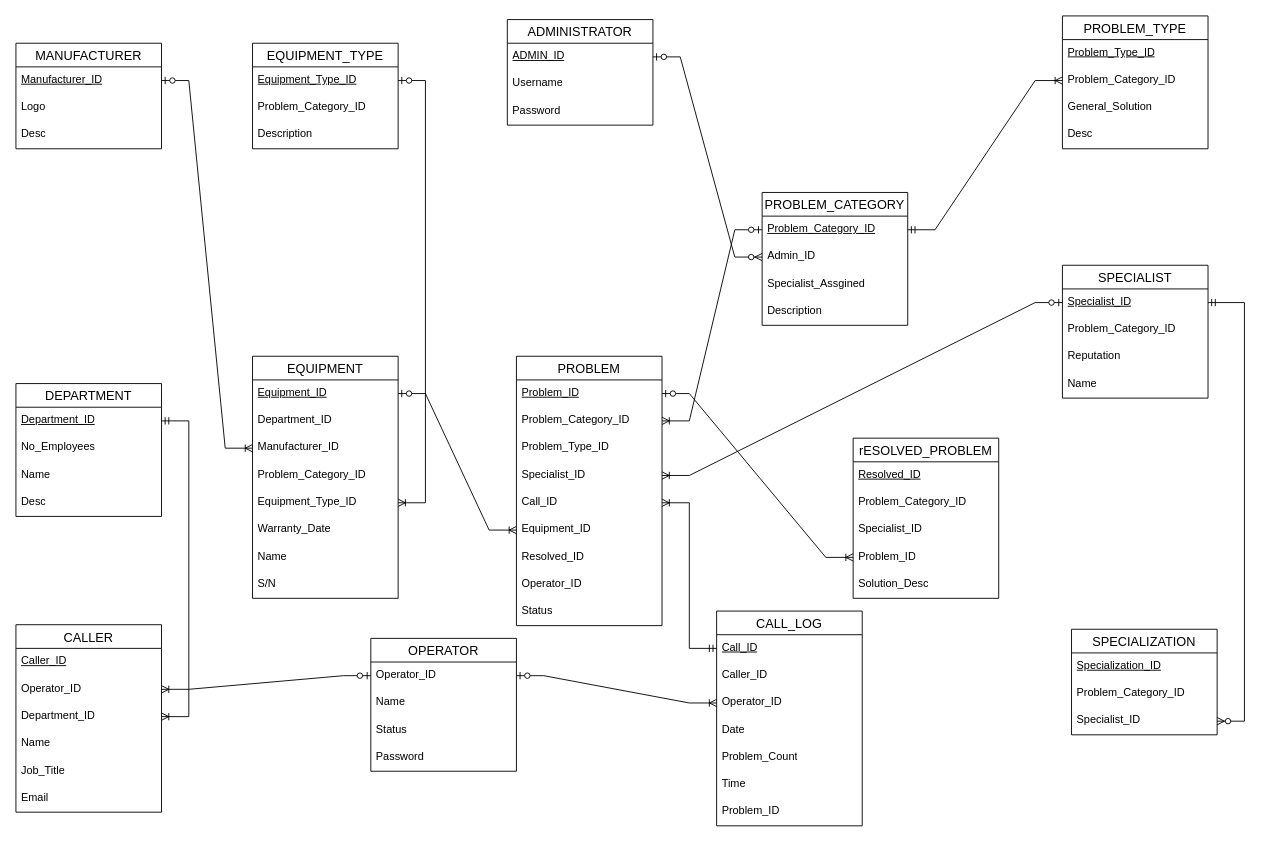
Above: Modelo_Equipamento.drawio in LucasAlface/Diagramas (draw.io), before the change. Source tidied: cells renumbered, new cells numbered last; positions are measured from the earlier drawing's top-left corner, leaving out a move shared by most shapes. Both pictures are drawn from the tidied source at 91%, with x=0, y=0 at pixel (15, 15).
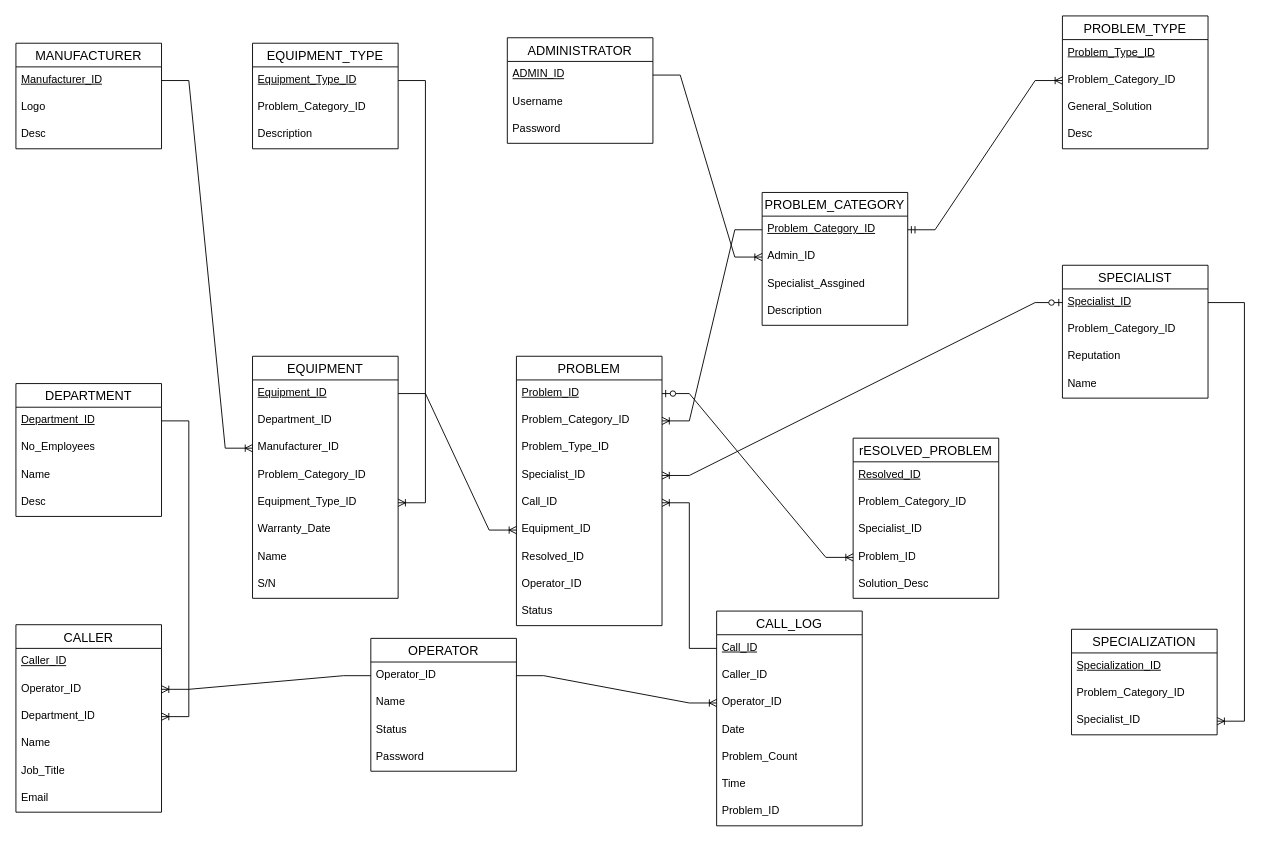
The same page after the edit.

Unchanged cells that the change refers to:
```xml
<mxCell id="3" value="&lt;u&gt;Problem_Category_ID&lt;/u&gt;" style="text;strokeColor=none;fillColor=none;spacingLeft=4;spacingRight=4;overflow=hidden;points=[[0,0.5],[1,0.5]];portConstraint=eastwest;fontSize=12;whiteSpace=wrap;html=1;" parent="2" vertex="1">
  <mxGeometry y="26" width="160" height="30" as="geometry" />
</mxCell>
<mxCell id="4" value="Admin_ID" style="text;strokeColor=none;fillColor=none;spacingLeft=4;spacingRight=4;overflow=hidden;points=[[0,0.5],[1,0.5]];portConstraint=eastwest;fontSize=12;whiteSpace=wrap;html=1;" parent="2" vertex="1">
  <mxGeometry y="56" width="160" height="30" as="geometry" />
</mxCell>
<mxCell id="8" value="&lt;u&gt;Equipment_Type_ID&lt;/u&gt;" style="text;strokeColor=none;fillColor=none;spacingLeft=4;spacingRight=4;overflow=hidden;points=[[0,0.5],[1,0.5]];portConstraint=eastwest;fontSize=12;whiteSpace=wrap;html=1;" parent="7" vertex="1">
  <mxGeometry y="26" width="160" height="30" as="geometry" />
</mxCell>
<mxCell id="12" value="&lt;u&gt;Manufacturer_ID&lt;/u&gt;" style="text;strokeColor=none;fillColor=none;spacingLeft=4;spacingRight=4;overflow=hidden;points=[[0,0.5],[1,0.5]];portConstraint=eastwest;fontSize=12;whiteSpace=wrap;html=1;fontStyle=0;" parent="11" vertex="1">
  <mxGeometry y="26" width="160" height="30" as="geometry" />
</mxCell>
<mxCell id="16" value="&lt;u&gt;ADMIN_ID&lt;/u&gt;" style="text;strokeColor=none;fillColor=none;spacingLeft=4;spacingRight=4;overflow=hidden;points=[[0,0.5],[1,0.5]];portConstraint=eastwest;fontSize=12;whiteSpace=wrap;html=1;" parent="15" vertex="1">
  <mxGeometry y="26" width="160" height="30" as="geometry" />
</mxCell>
<mxCell id="20" value="&lt;u&gt;Department_ID&lt;/u&gt;" style="text;strokeColor=none;fillColor=none;spacingLeft=4;spacingRight=4;overflow=hidden;points=[[0,0.5],[1,0.5]];portConstraint=eastwest;fontSize=12;whiteSpace=wrap;html=1;" parent="19" vertex="1">
  <mxGeometry y="26" width="160" height="30" as="geometry" />
</mxCell>
<mxCell id="26" value="Operator_ID" style="text;strokeColor=none;fillColor=none;spacingLeft=4;spacingRight=4;overflow=hidden;points=[[0,0.5],[1,0.5]];portConstraint=eastwest;fontSize=12;whiteSpace=wrap;html=1;" parent="24" vertex="1">
  <mxGeometry y="56" width="160" height="30" as="geometry" />
</mxCell>
<mxCell id="27" value="Department_ID" style="text;strokeColor=none;fillColor=none;spacingLeft=4;spacingRight=4;overflow=hidden;points=[[0,0.5],[1,0.5]];portConstraint=eastwest;fontSize=12;whiteSpace=wrap;html=1;" parent="24" vertex="1">
  <mxGeometry y="86" width="160" height="30" as="geometry" />
</mxCell>
<mxCell id="32" value="Operator_ID" style="text;strokeColor=none;fillColor=none;spacingLeft=4;spacingRight=4;overflow=hidden;points=[[0,0.5],[1,0.5]];portConstraint=eastwest;fontSize=12;whiteSpace=wrap;html=1;fontStyle=0;" parent="31" vertex="1">
  <mxGeometry y="26" width="160" height="30" as="geometry" />
</mxCell>
<mxCell id="37" value="&lt;u&gt;Call_ID&lt;/u&gt;" style="text;strokeColor=none;fillColor=none;spacingLeft=4;spacingRight=4;overflow=hidden;points=[[0,0.5],[1,0.5]];portConstraint=eastwest;fontSize=12;whiteSpace=wrap;html=1;" parent="36" vertex="1">
  <mxGeometry y="26" width="160" height="30" as="geometry" />
</mxCell>
<mxCell id="39" value="Operator_ID" style="text;strokeColor=none;fillColor=none;spacingLeft=4;spacingRight=4;overflow=hidden;points=[[0,0.5],[1,0.5]];portConstraint=eastwest;fontSize=12;whiteSpace=wrap;html=1;" parent="36" vertex="1">
  <mxGeometry y="86" width="160" height="30" as="geometry" />
</mxCell>
<mxCell id="46" value="Problem_Category_ID" style="text;strokeColor=none;fillColor=none;spacingLeft=4;spacingRight=4;overflow=hidden;points=[[0,0.5],[1,0.5]];portConstraint=eastwest;fontSize=12;whiteSpace=wrap;html=1;" parent="44" vertex="1">
  <mxGeometry y="56" width="160" height="30" as="geometry" />
</mxCell>
<mxCell id="49" value="Call_ID" style="text;strokeColor=none;fillColor=none;spacingLeft=4;spacingRight=4;overflow=hidden;points=[[0,0.5],[1,0.5]];portConstraint=eastwest;fontSize=12;whiteSpace=wrap;html=1;" parent="44" vertex="1">
  <mxGeometry y="146" width="160" height="30" as="geometry" />
</mxCell>
<mxCell id="50" value="Equipment_ID" style="text;strokeColor=none;fillColor=none;spacingLeft=4;spacingRight=4;overflow=hidden;points=[[0,0.5],[1,0.5]];portConstraint=eastwest;fontSize=12;whiteSpace=wrap;html=1;" parent="44" vertex="1">
  <mxGeometry y="176" width="160" height="30" as="geometry" />
</mxCell>
<mxCell id="55" value="Equipment_ID" style="text;strokeColor=none;fillColor=none;spacingLeft=4;spacingRight=4;overflow=hidden;points=[[0,0.5],[1,0.5]];portConstraint=eastwest;fontSize=12;whiteSpace=wrap;html=1;fontStyle=4;" parent="54" vertex="1">
  <mxGeometry y="26" width="160" height="30" as="geometry" />
</mxCell>
<mxCell id="57" value="Manufacturer_ID" style="text;strokeColor=none;fillColor=none;spacingLeft=4;spacingRight=4;overflow=hidden;points=[[0,0.5],[1,0.5]];portConstraint=eastwest;fontSize=12;whiteSpace=wrap;html=1;" parent="54" vertex="1">
  <mxGeometry y="86" width="160" height="30" as="geometry" />
</mxCell>
<mxCell id="59" value="Equipment_Type_ID" style="text;strokeColor=none;fillColor=none;spacingLeft=4;spacingRight=4;overflow=hidden;points=[[0,0.5],[1,0.5]];portConstraint=eastwest;fontSize=12;whiteSpace=wrap;html=1;" parent="54" vertex="1">
  <mxGeometry y="146" width="160" height="30" as="geometry" />
</mxCell>
<mxCell id="69" value="&lt;u&gt;Specialist_ID&lt;/u&gt;" style="text;strokeColor=none;fillColor=none;spacingLeft=4;spacingRight=4;overflow=hidden;points=[[0,0.5],[1,0.5]];portConstraint=eastwest;fontSize=12;whiteSpace=wrap;html=1;" parent="68" vertex="1">
  <mxGeometry y="26" width="160" height="30" as="geometry" />
</mxCell>
<mxCell id="82" value="Specialist_ID" style="text;strokeColor=none;fillColor=none;spacingLeft=4;spacingRight=4;overflow=hidden;points=[[0,0.5],[1,0.5]];portConstraint=eastwest;fontSize=12;whiteSpace=wrap;html=1;" parent="79" vertex="1">
  <mxGeometry y="86" width="160" height="30" as="geometry" />
</mxCell>
```

Diff of the diagram source:
```diff
@@
     <mxCell id="15" value="ADMINISTRATOR" style="swimlane;fontStyle=0;horizontal=1;startSize=26;align=center;fontSize=14;" parent="1" vertex="1">
-      <mxGeometry x="540" y="4" width="160" height="116" as="geometry" />
+      <mxGeometry x="540" y="24" width="160" height="116" as="geometry" />
     </mxCell>
@@
-    <mxCell id="83" style="edgeStyle=entityRelationEdgeStyle;fontSize=12;html=1;endArrow=ERoneToMany;startArrow=ERzeroToOne;rounded=0;" parent="1" edge="1" source="12" target="57">
+    <mxCell id="83" style="edgeStyle=entityRelationEdgeStyle;fontSize=12;html=1;endArrow=ERoneToMany;startArrow=none;rounded=0;startFill=0;" parent="1" edge="1" source="12" target="57">
       <mxGeometry relative="1" as="geometry" />
     </mxCell>
-    <mxCell id="84" style="edgeStyle=entityRelationEdgeStyle;fontSize=12;html=1;endArrow=ERoneToMany;startArrow=ERzeroToOne;rounded=0;" parent="1" edge="1" source="8" target="59">
+    <mxCell id="84" style="edgeStyle=entityRelationEdgeStyle;fontSize=12;html=1;endArrow=ERoneToMany;startArrow=none;rounded=0;startFill=0;" parent="1" edge="1" source="8" target="59">
       <mxGeometry relative="1" as="geometry">
         <Array as="points">
           <mxPoint x="480" y="344" />
         </Array>
       </mxGeometry>
     </mxCell>
-    <mxCell id="85" style="edgeStyle=entityRelationEdgeStyle;fontSize=12;html=1;endArrow=ERoneToMany;startArrow=ERmandOne;rounded=0;" parent="1" edge="1" source="20" target="27">
+    <mxCell id="85" style="edgeStyle=entityRelationEdgeStyle;fontSize=12;html=1;endArrow=ERoneToMany;startArrow=none;rounded=0;startFill=0;" parent="1" edge="1" source="20" target="27">
       <mxGeometry relative="1" as="geometry" />
     </mxCell>
-    <mxCell id="86" style="edgeStyle=entityRelationEdgeStyle;fontSize=12;html=1;endArrow=ERoneToMany;startArrow=ERzeroToOne;rounded=0;" parent="1" edge="1" source="32" target="26">
+    <mxCell id="86" style="edgeStyle=entityRelationEdgeStyle;fontSize=12;html=1;endArrow=ERoneToMany;startArrow=none;rounded=0;startFill=0;" parent="1" edge="1" source="32" target="26">
       <mxGeometry relative="1" as="geometry" />
     </mxCell>
-    <mxCell id="87" style="edgeStyle=entityRelationEdgeStyle;fontSize=12;html=1;endArrow=ERoneToMany;startArrow=ERzeroToOne;rounded=0;" parent="1" edge="1" source="32" target="39">
+    <mxCell id="87" style="edgeStyle=entityRelationEdgeStyle;fontSize=12;html=1;endArrow=ERoneToMany;startArrow=none;rounded=0;startFill=0;" parent="1" edge="1" source="32" target="39">
       <mxGeometry relative="1" as="geometry" />
     </mxCell>
-    <mxCell id="88" style="edgeStyle=entityRelationEdgeStyle;fontSize=12;html=1;endArrow=ERoneToMany;startArrow=ERmandOne;rounded=0;" parent="1" edge="1" source="37" target="49">
+    <mxCell id="88" style="edgeStyle=entityRelationEdgeStyle;fontSize=12;html=1;endArrow=ERoneToMany;startArrow=none;rounded=0;startFill=0;" parent="1" edge="1" source="37" target="49">
       <mxGeometry relative="1" as="geometry" />
     </mxCell>
-    <mxCell id="89" style="edgeStyle=entityRelationEdgeStyle;fontSize=12;html=1;endArrow=ERoneToMany;startArrow=ERzeroToOne;rounded=0;exitX=0;exitY=0.5;exitDx=0;exitDy=0;" parent="1" edge="1" source="3" target="46">
+    <mxCell id="89" style="edgeStyle=entityRelationEdgeStyle;fontSize=12;html=1;endArrow=ERoneToMany;startArrow=none;rounded=0;exitX=0;exitY=0.5;exitDx=0;exitDy=0;startFill=0;" parent="1" edge="1" source="3" target="46">
       <mxGeometry relative="1" as="geometry">
         <Array as="points">
           <mxPoint x="660" y="334" />
           <mxPoint x="770" y="304" />
           <mxPoint x="770" y="354" />
           <mxPoint x="760" y="304" />
           <mxPoint x="730" y="414" />
           <mxPoint x="740" y="354" />
         </Array>
       </mxGeometry>
     </mxCell>
@@
-    <mxCell id="93" style="edgeStyle=entityRelationEdgeStyle;fontSize=12;html=1;endArrow=ERzeroToMany;startArrow=ERmandOne;rounded=0;" parent="1" edge="1" source="69" target="82">
+    <mxCell id="93" style="edgeStyle=entityRelationEdgeStyle;fontSize=12;html=1;endArrow=ERoneToMany;startArrow=none;rounded=0;endFill=0;startFill=0;" parent="1" edge="1" source="69" target="82">
       <mxGeometry relative="1" as="geometry" />
     </mxCell>
-    <mxCell id="94" style="edgeStyle=entityRelationEdgeStyle;fontSize=12;html=1;endArrow=ERzeroToMany;startArrow=ERzeroToOne;rounded=0;" parent="1" edge="1" source="16" target="4">
+    <mxCell id="94" style="edgeStyle=entityRelationEdgeStyle;fontSize=12;html=1;endArrow=ERoneToMany;startArrow=none;rounded=0;startFill=0;endFill=0;" parent="1" edge="1" source="16" target="4">
       <mxGeometry relative="1" as="geometry" />
     </mxCell>
-    <mxCell id="95" style="edgeStyle=entityRelationEdgeStyle;fontSize=12;html=1;endArrow=ERoneToMany;startArrow=ERzeroToOne;rounded=0;" parent="1" edge="1" source="55" target="50">
+    <mxCell id="95" style="edgeStyle=entityRelationEdgeStyle;fontSize=12;html=1;endArrow=ERoneToMany;startArrow=none;rounded=0;startFill=0;" parent="1" edge="1" source="55" target="50">
       <mxGeometry relative="1" as="geometry" />
     </mxCell>
```
